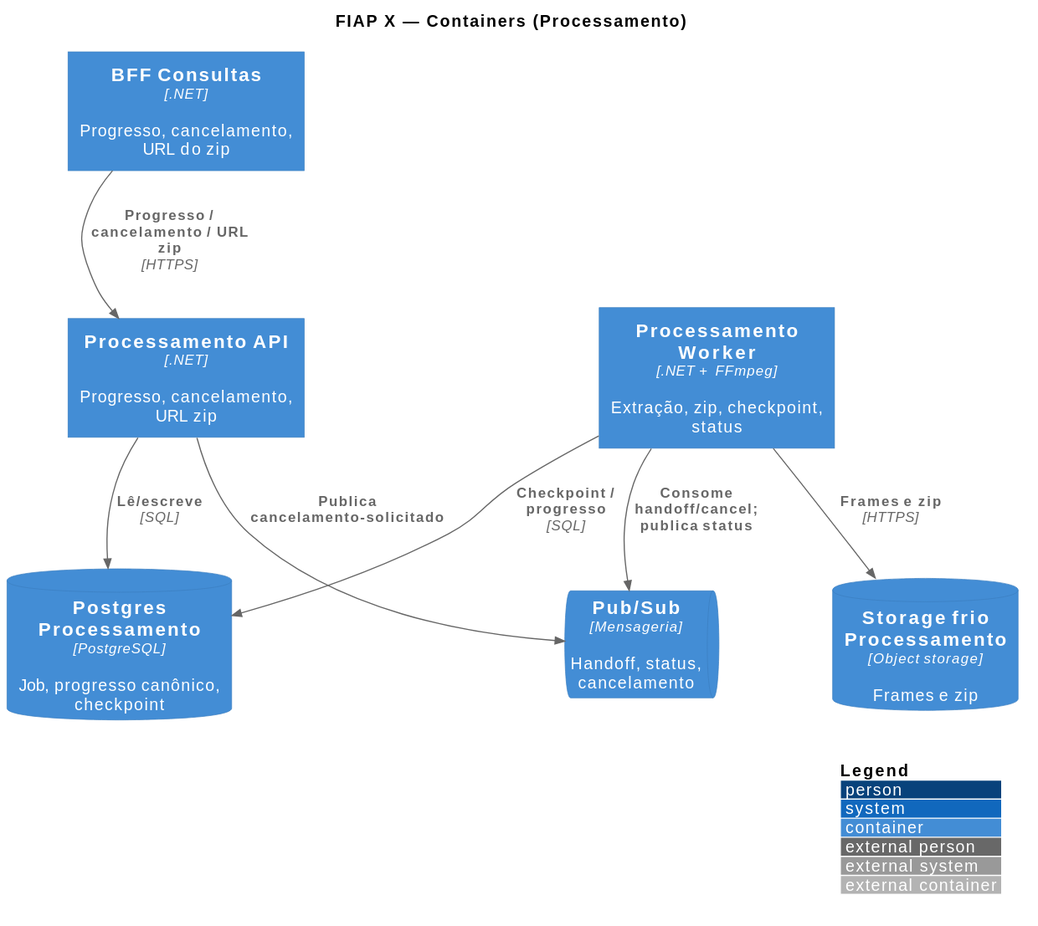
This is arquitetura/04_containers-processamento.svg from fiap-x-vcosta/docs, a PlantUML export, as it was before one commit.
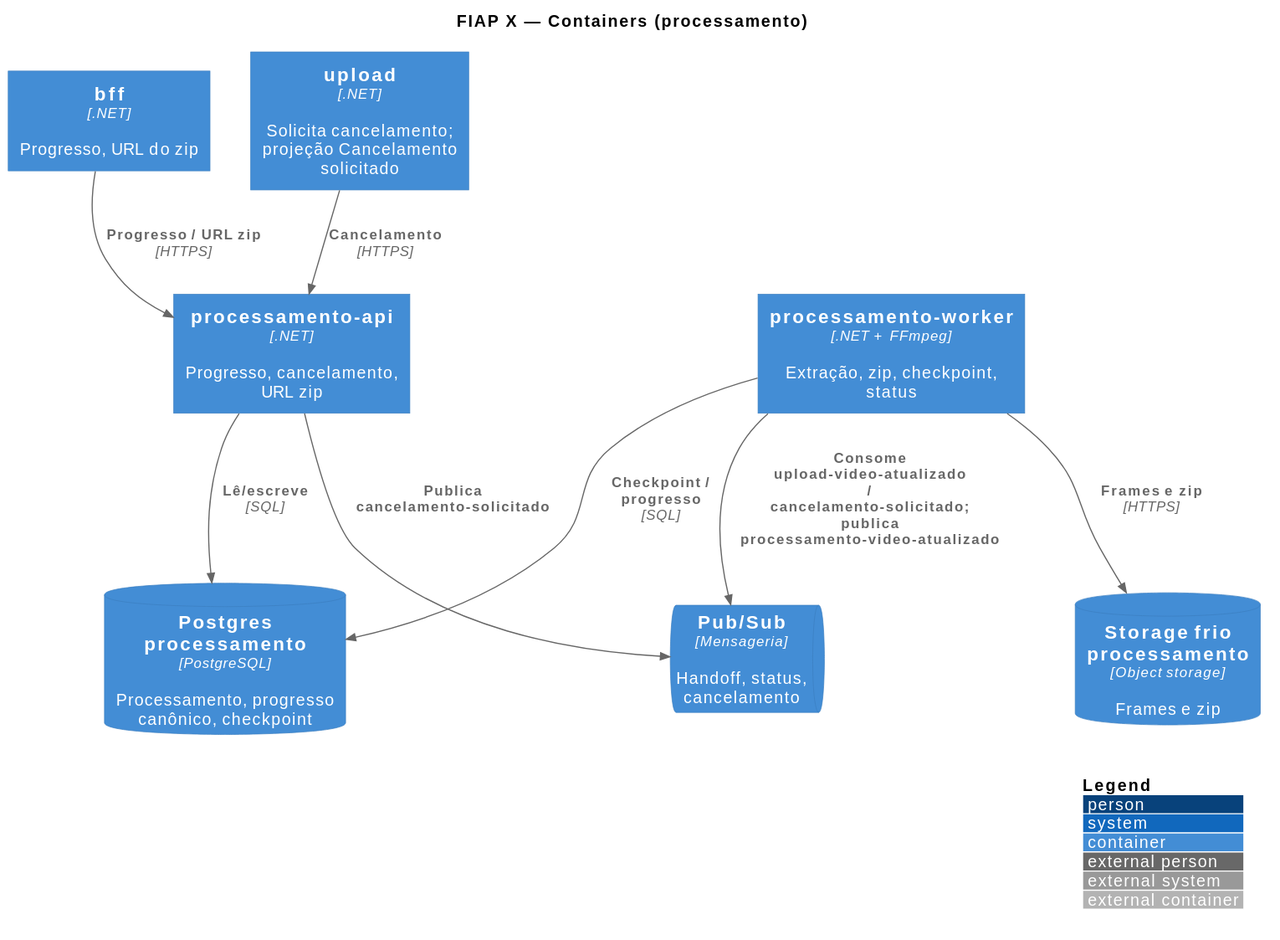
The same file after the commit.

The edit, as a diff of the source:
```diff
@@ -4,23 +4,26 @@
 LAYOUT_WITH_LEGEND()
 LAYOUT_TOP_DOWN()
 
-title FIAP X — Containers (Processamento)
+title FIAP X — Containers (processamento)
 
-Container(bff, "BFF Consultas", ".NET", "Progresso, cancelamento, URL do zip")
-Container(procApi, "Processamento API", ".NET", "Progresso, cancelamento, URL zip")
-Container(procWorker, "Processamento Worker", ".NET + FFmpeg", "Extração, zip, checkpoint, status")
-ContainerDb(pgProc, "Postgres Processamento", "PostgreSQL", "Job, progresso canônico, checkpoint")
-ContainerDb(frioProc, "Storage frio Processamento", "Object storage", "Frames e zip")
+Container(bff, "bff", ".NET", "Progresso, URL do zip")
+Container(upload, "upload", ".NET", "Solicita cancelamento; projeção Cancelamento solicitado")
+Container(procApi, "processamento-api", ".NET", "Progresso, cancelamento, URL zip")
+Container(procWorker, "processamento-worker", ".NET + FFmpeg", "Extração, zip, checkpoint, status")
+ContainerDb(pgProc, "Postgres processamento", "PostgreSQL", "Processamento, progresso canônico, checkpoint")
+ContainerDb(frioProc, "Storage frio processamento", "Object storage", "Frames e zip")
 ContainerQueue(pubsub, "Pub/Sub", "Mensageria", "Handoff, status, cancelamento")
 
-Rel(bff, procApi, "Progresso / cancelamento / URL zip", "HTTPS")
+Rel(bff, procApi, "Progresso / URL zip", "HTTPS")
+Rel(upload, procApi, "Cancelamento", "HTTPS")
 Rel(procApi, pgProc, "Lê/escreve", "SQL")
 Rel(procApi, pubsub, "Publica cancelamento-solicitado")
 Rel(procWorker, pgProc, "Checkpoint / progresso", "SQL")
-Rel(procWorker, pubsub, "Consome handoff/cancel; publica status")
+Rel(procWorker, pubsub, "Consome upload-video-atualizado / cancelamento-solicitado; publica processamento-video-atualizado")
 Rel(procWorker, frioProc, "Frames e zip", "HTTPS")
 
 Lay_D(bff, procApi)
+Lay_R(bff, upload)
 Lay_R(procApi, procWorker)
 Lay_D(procApi, pgProc)
 Lay_D(procWorker, frioProc)
```
